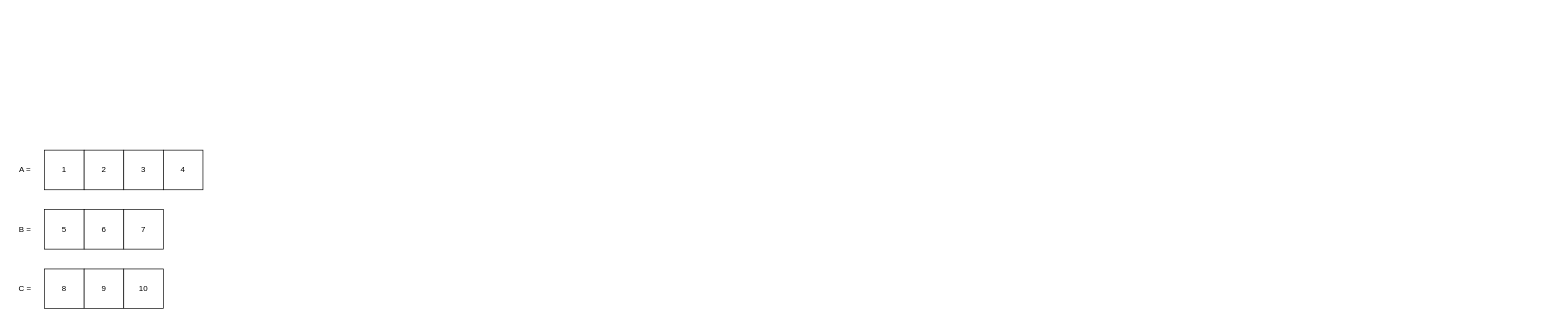
The draw.io diagram Simulado P1/questao7.drawio in gguiallex/Estrutura-De-Dados, before the edit. Source tidied: cells renumbered, new cells numbered last; positions are measured from the earlier drawing's top-left corner, leaving out a move shared by most shapes. Both pictures are drawn from the tidied source at 66%, with x=0, y=0 at pixel (11, 150).
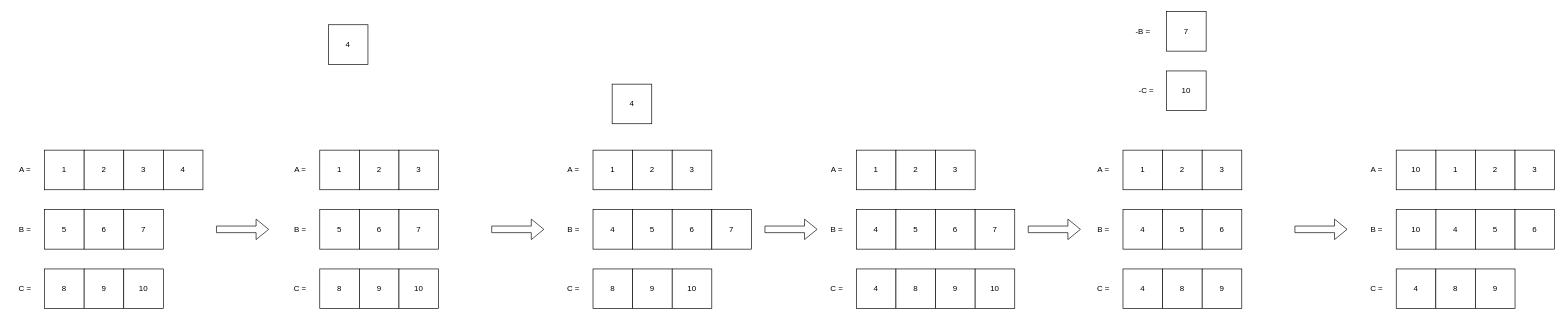
After the change.

Diff of the diagram source:
```diff
@@
+    <mxCell id="15" style="shape=flexArrow;endArrow=classic;html=1;rounded=0;" parent="1" edge="1">
+      <mxGeometry relative="1" as="geometry">
+        <mxPoint x="310" y="120" as="sourcePoint" />
+        <mxPoint x="390" y="120" as="targetPoint" />
+      </mxGeometry>
+    </mxCell>
+    <mxCell id="16" value="1" style="rounded=0;whiteSpace=wrap;html=1;" parent="1" vertex="1">
+      <mxGeometry x="467" width="60" height="60" as="geometry" />
+    </mxCell>
+    <mxCell id="17" value="2" style="rounded=0;whiteSpace=wrap;html=1;" parent="1" vertex="1">
+      <mxGeometry x="527" width="60" height="60" as="geometry" />
+    </mxCell>
+    <mxCell id="18" value="3" style="rounded=0;whiteSpace=wrap;html=1;" parent="1" vertex="1">
+      <mxGeometry x="587" width="60" height="60" as="geometry" />
+    </mxCell>
+    <mxCell id="19" value="4" style="rounded=0;whiteSpace=wrap;html=1;" parent="1" vertex="1">
+      <mxGeometry x="480" y="-190" width="60" height="60" as="geometry" />
+    </mxCell>
+    <mxCell id="20" value="5" style="rounded=0;whiteSpace=wrap;html=1;" parent="1" vertex="1">
+      <mxGeometry x="467" y="90" width="60" height="60" as="geometry" />
+    </mxCell>
+    <mxCell id="21" value="6" style="rounded=0;whiteSpace=wrap;html=1;" parent="1" vertex="1">
+      <mxGeometry x="527" y="90" width="60" height="60" as="geometry" />
+    </mxCell>
+    <mxCell id="22" value="7" style="rounded=0;whiteSpace=wrap;html=1;" parent="1" vertex="1">
+      <mxGeometry x="587" y="90" width="60" height="60" as="geometry" />
+    </mxCell>
+    <mxCell id="23" value="8" style="rounded=0;whiteSpace=wrap;html=1;" parent="1" vertex="1">
+      <mxGeometry x="467" y="180" width="60" height="60" as="geometry" />
+    </mxCell>
+    <mxCell id="24" value="9" style="rounded=0;whiteSpace=wrap;html=1;" parent="1" vertex="1">
+      <mxGeometry x="527" y="180" width="60" height="60" as="geometry" />
+    </mxCell>
+    <mxCell id="25" value="10" style="rounded=0;whiteSpace=wrap;html=1;" parent="1" vertex="1">
+      <mxGeometry x="587" y="180" width="60" height="60" as="geometry" />
+    </mxCell>
+    <mxCell id="26" value="A =" style="text;html=1;align=center;verticalAlign=middle;strokeColor=none;fillColor=none;" parent="1" vertex="1">
+      <mxGeometry x="417" y="15" width="40" height="30" as="geometry" />
+    </mxCell>
+    <mxCell id="27" value="B =" style="text;html=1;align=center;verticalAlign=middle;strokeColor=none;fillColor=none;" parent="1" vertex="1">
+      <mxGeometry x="417" y="105" width="40" height="30" as="geometry" />
+    </mxCell>
+    <mxCell id="28" value="C =" style="text;html=1;align=center;verticalAlign=middle;strokeColor=none;fillColor=none;" parent="1" vertex="1">
+      <mxGeometry x="417" y="195" width="40" height="30" as="geometry" />
+    </mxCell>
+    <mxCell id="29" style="shape=flexArrow;endArrow=classic;html=1;rounded=0;" parent="1" edge="1">
+      <mxGeometry relative="1" as="geometry">
+        <mxPoint x="727" y="120" as="sourcePoint" />
+        <mxPoint x="807" y="120" as="targetPoint" />
+      </mxGeometry>
+    </mxCell>
+    <mxCell id="30" value="1" style="rounded=0;whiteSpace=wrap;html=1;" parent="1" vertex="1">
+      <mxGeometry x="881" width="60" height="60" as="geometry" />
+    </mxCell>
+    <mxCell id="31" value="2" style="rounded=0;whiteSpace=wrap;html=1;" parent="1" vertex="1">
+      <mxGeometry x="941" width="60" height="60" as="geometry" />
+    </mxCell>
+    <mxCell id="32" value="3" style="rounded=0;whiteSpace=wrap;html=1;" parent="1" vertex="1">
+      <mxGeometry x="1001" width="60" height="60" as="geometry" />
+    </mxCell>
+    <mxCell id="33" value="4" style="rounded=0;whiteSpace=wrap;html=1;" parent="1" vertex="1">
+      <mxGeometry x="881" y="90" width="60" height="60" as="geometry" />
+    </mxCell>
+    <mxCell id="34" value="5" style="rounded=0;whiteSpace=wrap;html=1;" parent="1" vertex="1">
+      <mxGeometry x="941" y="90" width="60" height="60" as="geometry" />
+    </mxCell>
+    <mxCell id="35" value="6" style="rounded=0;whiteSpace=wrap;html=1;" parent="1" vertex="1">
+      <mxGeometry x="1001" y="90" width="60" height="60" as="geometry" />
+    </mxCell>
+    <mxCell id="36" value="7" style="rounded=0;whiteSpace=wrap;html=1;" parent="1" vertex="1">
+      <mxGeometry x="1061" y="90" width="60" height="60" as="geometry" />
+    </mxCell>
+    <mxCell id="37" value="8" style="rounded=0;whiteSpace=wrap;html=1;" parent="1" vertex="1">
+      <mxGeometry x="881" y="180" width="60" height="60" as="geometry" />
+    </mxCell>
+    <mxCell id="38" value="9" style="rounded=0;whiteSpace=wrap;html=1;" parent="1" vertex="1">
+      <mxGeometry x="941" y="180" width="60" height="60" as="geometry" />
+    </mxCell>
+    <mxCell id="39" value="10" style="rounded=0;whiteSpace=wrap;html=1;" parent="1" vertex="1">
+      <mxGeometry x="1001" y="180" width="60" height="60" as="geometry" />
+    </mxCell>
+    <mxCell id="40" value="A =" style="text;html=1;align=center;verticalAlign=middle;strokeColor=none;fillColor=none;" parent="1" vertex="1">
+      <mxGeometry x="831" y="15" width="40" height="30" as="geometry" />
+    </mxCell>
+    <mxCell id="41" value="B =" style="text;html=1;align=center;verticalAlign=middle;strokeColor=none;fillColor=none;" parent="1" vertex="1">
+      <mxGeometry x="831" y="105" width="40" height="30" as="geometry" />
+    </mxCell>
+    <mxCell id="42" value="C =" style="text;html=1;align=center;verticalAlign=middle;strokeColor=none;fillColor=none;" parent="1" vertex="1">
+      <mxGeometry x="831" y="195" width="40" height="30" as="geometry" />
+    </mxCell>
+    <mxCell id="43" style="shape=flexArrow;endArrow=classic;html=1;rounded=0;" parent="1" edge="1">
+      <mxGeometry relative="1" as="geometry">
+        <mxPoint x="1141" y="120" as="sourcePoint" />
+        <mxPoint x="1221" y="120" as="targetPoint" />
+      </mxGeometry>
+    </mxCell>
+    <mxCell id="44" value="4" style="rounded=0;whiteSpace=wrap;html=1;" parent="1" vertex="1">
+      <mxGeometry x="1280" y="180" width="60" height="60" as="geometry" />
+    </mxCell>
+    <mxCell id="45" value="1" style="rounded=0;whiteSpace=wrap;html=1;" parent="1" vertex="1">
+      <mxGeometry x="1280" width="60" height="60" as="geometry" />
+    </mxCell>
+    <mxCell id="46" value="2" style="rounded=0;whiteSpace=wrap;html=1;" parent="1" vertex="1">
+      <mxGeometry x="1340" width="60" height="60" as="geometry" />
+    </mxCell>
+    <mxCell id="47" value="3" style="rounded=0;whiteSpace=wrap;html=1;" parent="1" vertex="1">
+      <mxGeometry x="1400" width="60" height="60" as="geometry" />
+    </mxCell>
+    <mxCell id="48" value="4" style="rounded=0;whiteSpace=wrap;html=1;" parent="1" vertex="1">
+      <mxGeometry x="1280" y="90" width="60" height="60" as="geometry" />
+    </mxCell>
+    <mxCell id="49" value="5" style="rounded=0;whiteSpace=wrap;html=1;" parent="1" vertex="1">
+      <mxGeometry x="1340" y="90" width="60" height="60" as="geometry" />
+    </mxCell>
+    <mxCell id="50" value="6" style="rounded=0;whiteSpace=wrap;html=1;" parent="1" vertex="1">
+      <mxGeometry x="1400" y="90" width="60" height="60" as="geometry" />
+    </mxCell>
+    <mxCell id="51" value="7" style="rounded=0;whiteSpace=wrap;html=1;" parent="1" vertex="1">
+      <mxGeometry x="1460" y="90" width="60" height="60" as="geometry" />
+    </mxCell>
+    <mxCell id="52" value="8" style="rounded=0;whiteSpace=wrap;html=1;" parent="1" vertex="1">
+      <mxGeometry x="1340" y="180" width="60" height="60" as="geometry" />
+    </mxCell>
+    <mxCell id="53" value="9" style="rounded=0;whiteSpace=wrap;html=1;" parent="1" vertex="1">
+      <mxGeometry x="1400" y="180" width="60" height="60" as="geometry" />
+    </mxCell>
+    <mxCell id="54" value="10" style="rounded=0;whiteSpace=wrap;html=1;" parent="1" vertex="1">
+      <mxGeometry x="1460" y="180" width="60" height="60" as="geometry" />
+    </mxCell>
+    <mxCell id="55" value="A =" style="text;html=1;align=center;verticalAlign=middle;strokeColor=none;fillColor=none;" parent="1" vertex="1">
+      <mxGeometry x="1230" y="15" width="40" height="30" as="geometry" />
+    </mxCell>
+    <mxCell id="56" value="B =" style="text;html=1;align=center;verticalAlign=middle;strokeColor=none;fillColor=none;" parent="1" vertex="1">
+      <mxGeometry x="1230" y="105" width="40" height="30" as="geometry" />
+    </mxCell>
+    <mxCell id="57" value="C =" style="text;html=1;align=center;verticalAlign=middle;strokeColor=none;fillColor=none;" parent="1" vertex="1">
+      <mxGeometry x="1230" y="195" width="40" height="30" as="geometry" />
+    </mxCell>
+    <mxCell id="58" style="shape=flexArrow;endArrow=classic;html=1;rounded=0;" parent="1" edge="1">
+      <mxGeometry relative="1" as="geometry">
+        <mxPoint x="1540" y="120" as="sourcePoint" />
+        <mxPoint x="1620" y="120" as="targetPoint" />
+      </mxGeometry>
+    </mxCell>
+    <mxCell id="59" value="4" style="rounded=0;whiteSpace=wrap;html=1;" parent="1" vertex="1">
+      <mxGeometry x="910" y="-100" width="60" height="60" as="geometry" />
+    </mxCell>
+    <mxCell id="60" value="4" style="rounded=0;whiteSpace=wrap;html=1;" parent="1" vertex="1">
+      <mxGeometry x="1684" y="180" width="60" height="60" as="geometry" />
+    </mxCell>
+    <mxCell id="61" value="1" style="rounded=0;whiteSpace=wrap;html=1;" parent="1" vertex="1">
+      <mxGeometry x="1684" width="60" height="60" as="geometry" />
+    </mxCell>
+    <mxCell id="62" value="2" style="rounded=0;whiteSpace=wrap;html=1;" parent="1" vertex="1">
+      <mxGeometry x="1744" width="60" height="60" as="geometry" />
+    </mxCell>
+    <mxCell id="63" value="3" style="rounded=0;whiteSpace=wrap;html=1;" parent="1" vertex="1">
+      <mxGeometry x="1804" width="60" height="60" as="geometry" />
+    </mxCell>
+    <mxCell id="64" value="4" style="rounded=0;whiteSpace=wrap;html=1;" parent="1" vertex="1">
+      <mxGeometry x="1684" y="90" width="60" height="60" as="geometry" />
+    </mxCell>
+    <mxCell id="65" value="5" style="rounded=0;whiteSpace=wrap;html=1;" parent="1" vertex="1">
+      <mxGeometry x="1744" y="90" width="60" height="60" as="geometry" />
+    </mxCell>
+    <mxCell id="66" value="6" style="rounded=0;whiteSpace=wrap;html=1;" parent="1" vertex="1">
+      <mxGeometry x="1804" y="90" width="60" height="60" as="geometry" />
+    </mxCell>
+    <mxCell id="67" value="7" style="rounded=0;whiteSpace=wrap;html=1;" parent="1" vertex="1">
+      <mxGeometry x="1750" y="-210" width="60" height="60" as="geometry" />
+    </mxCell>
+    <mxCell id="68" value="8" style="rounded=0;whiteSpace=wrap;html=1;" parent="1" vertex="1">
+      <mxGeometry x="1744" y="180" width="60" height="60" as="geometry" />
+    </mxCell>
+    <mxCell id="69" value="9" style="rounded=0;whiteSpace=wrap;html=1;" parent="1" vertex="1">
+      <mxGeometry x="1804" y="180" width="60" height="60" as="geometry" />
+    </mxCell>
+    <mxCell id="70" value="10" style="rounded=0;whiteSpace=wrap;html=1;" parent="1" vertex="1">
+      <mxGeometry x="1750" y="-120" width="60" height="60" as="geometry" />
+    </mxCell>
+    <mxCell id="71" value="A =" style="text;html=1;align=center;verticalAlign=middle;strokeColor=none;fillColor=none;" parent="1" vertex="1">
+      <mxGeometry x="1634" y="15" width="40" height="30" as="geometry" />
+    </mxCell>
+    <mxCell id="72" value="B =" style="text;html=1;align=center;verticalAlign=middle;strokeColor=none;fillColor=none;" parent="1" vertex="1">
+      <mxGeometry x="1634" y="105" width="40" height="30" as="geometry" />
+    </mxCell>
+    <mxCell id="73" value="C =" style="text;html=1;align=center;verticalAlign=middle;strokeColor=none;fillColor=none;" parent="1" vertex="1">
+      <mxGeometry x="1634" y="195" width="40" height="30" as="geometry" />
+    </mxCell>
+    <mxCell id="74" style="shape=flexArrow;endArrow=classic;html=1;rounded=0;" parent="1" edge="1">
+      <mxGeometry relative="1" as="geometry">
+        <mxPoint x="1944" y="120" as="sourcePoint" />
+        <mxPoint x="2024" y="120" as="targetPoint" />
+      </mxGeometry>
+    </mxCell>
+    <mxCell id="75" value="-B =" style="text;html=1;align=center;verticalAlign=middle;strokeColor=none;fillColor=none;" parent="1" vertex="1">
+      <mxGeometry x="1689" y="-195" width="50" height="30" as="geometry" />
+    </mxCell>
+    <mxCell id="76" value="-C =" style="text;html=1;align=center;verticalAlign=middle;strokeColor=none;fillColor=none;" parent="1" vertex="1">
+      <mxGeometry x="1694" y="-105" width="50" height="30" as="geometry" />
+    </mxCell>
+    <mxCell id="77" value="4" style="rounded=0;whiteSpace=wrap;html=1;" parent="1" vertex="1">
+      <mxGeometry x="2098" y="180" width="60" height="60" as="geometry" />
+    </mxCell>
+    <mxCell id="78" value="1" style="rounded=0;whiteSpace=wrap;html=1;" parent="1" vertex="1">
+      <mxGeometry x="2158" width="60" height="60" as="geometry" />
+    </mxCell>
+    <mxCell id="79" value="2" style="rounded=0;whiteSpace=wrap;html=1;" parent="1" vertex="1">
+      <mxGeometry x="2218" width="60" height="60" as="geometry" />
+    </mxCell>
+    <mxCell id="80" value="3" style="rounded=0;whiteSpace=wrap;html=1;" parent="1" vertex="1">
+      <mxGeometry x="2278" width="60" height="60" as="geometry" />
+    </mxCell>
+    <mxCell id="81" value="4" style="rounded=0;whiteSpace=wrap;html=1;" parent="1" vertex="1">
+      <mxGeometry x="2158" y="90" width="60" height="60" as="geometry" />
+    </mxCell>
+    <mxCell id="82" value="5" style="rounded=0;whiteSpace=wrap;html=1;" parent="1" vertex="1">
+      <mxGeometry x="2218" y="90" width="60" height="60" as="geometry" />
+    </mxCell>
+    <mxCell id="83" value="6" style="rounded=0;whiteSpace=wrap;html=1;" parent="1" vertex="1">
+      <mxGeometry x="2278" y="90" width="60" height="60" as="geometry" />
+    </mxCell>
+    <mxCell id="84" value="8" style="rounded=0;whiteSpace=wrap;html=1;" parent="1" vertex="1">
+      <mxGeometry x="2158" y="180" width="60" height="60" as="geometry" />
+    </mxCell>
+    <mxCell id="85" value="9" style="rounded=0;whiteSpace=wrap;html=1;" parent="1" vertex="1">
+      <mxGeometry x="2218" y="180" width="60" height="60" as="geometry" />
+    </mxCell>
+    <mxCell id="86" value="A =" style="text;html=1;align=center;verticalAlign=middle;strokeColor=none;fillColor=none;" parent="1" vertex="1">
+      <mxGeometry x="2048" y="15" width="40" height="30" as="geometry" />
+    </mxCell>
+    <mxCell id="87" value="B =" style="text;html=1;align=center;verticalAlign=middle;strokeColor=none;fillColor=none;" parent="1" vertex="1">
+      <mxGeometry x="2048" y="105" width="40" height="30" as="geometry" />
+    </mxCell>
+    <mxCell id="88" value="C =" style="text;html=1;align=center;verticalAlign=middle;strokeColor=none;fillColor=none;" parent="1" vertex="1">
+      <mxGeometry x="2048" y="195" width="40" height="30" as="geometry" />
+    </mxCell>
+    <mxCell id="89" value="10" style="rounded=0;whiteSpace=wrap;html=1;" parent="1" vertex="1">
+      <mxGeometry x="2098" width="60" height="60" as="geometry" />
+    </mxCell>
+    <mxCell id="90" value="10" style="rounded=0;whiteSpace=wrap;html=1;" parent="1" vertex="1">
+      <mxGeometry x="2098" y="90" width="60" height="60" as="geometry" />
+    </mxCell>
```
